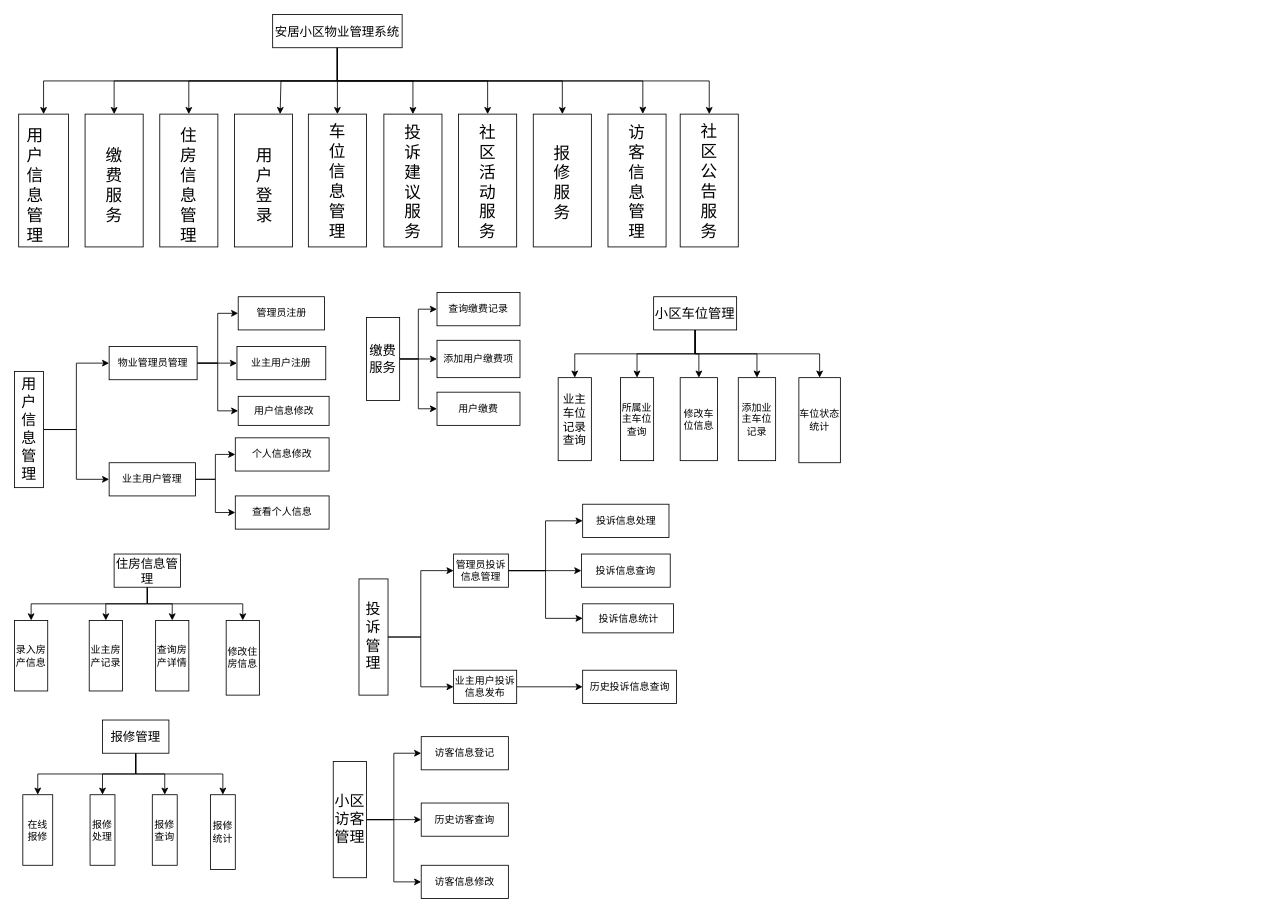
Above: page "第 3 页" (3 of 4) of projectfiles/uml/安居小区物业管理系统.drawio in KuChanMaster/PropertiesManager (draw.io), before the change. Source tidied: cells renumbered, new cells numbered last; positions are measured from the earlier drawing's top-left corner, leaving out a move shared by most shapes. Both pictures are drawn from the tidied source at 83%, with x=0, y=0 at pixel (14, 14).
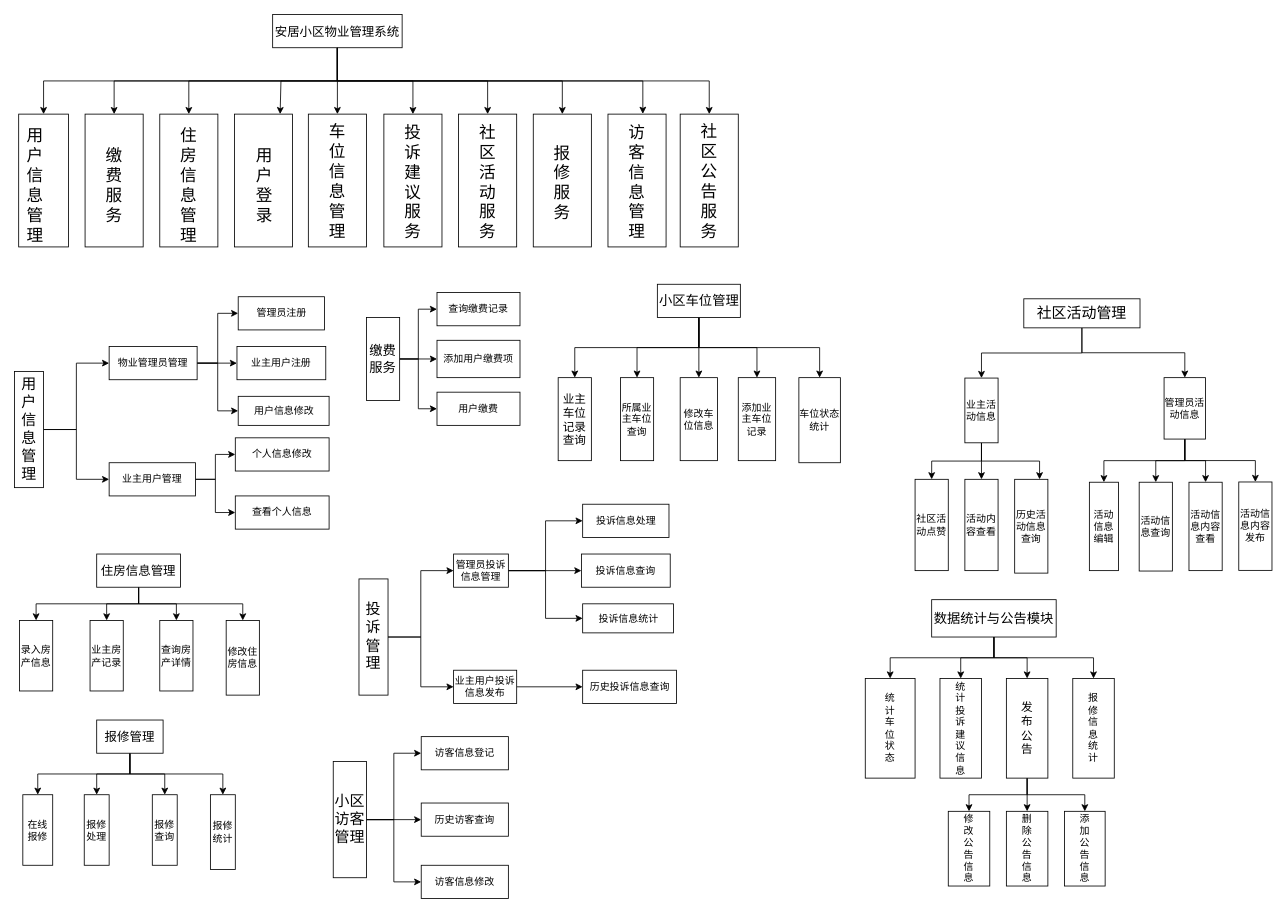
Above is the later version.

The edit, as a diff of the source:
```diff
@@
     <mxCell id="61" value="&lt;font style=&quot;font-size: 15px;&quot;&gt;住房信息管理&lt;/font&gt;" style="whiteSpace=wrap;html=1;rounded=0;direction=south;" parent="1" vertex="1">
-      <mxGeometry x="120" y="650" width="80" height="40" as="geometry" />
+      <mxGeometry x="99" y="650" width="101" height="40" as="geometry" />
     </mxCell>
     <mxCell id="62" value="录入房产信息" style="whiteSpace=wrap;html=1;rounded=0;direction=south;" parent="1" vertex="1">
-      <mxGeometry y="730" width="40" height="85" as="geometry" />
+      <mxGeometry x="6" y="730" width="40" height="85" as="geometry" />
     </mxCell>
     <mxCell id="63" value="查询房产详情" style="whiteSpace=wrap;html=1;rounded=0;direction=south;" parent="1" vertex="1">
-      <mxGeometry x="170" y="730" width="40" height="85" as="geometry" />
+      <mxGeometry x="175" y="730" width="40" height="85" as="geometry" />
     </mxCell>
@@
     <mxCell id="65" value="业主房产记录" style="rounded=0;whiteSpace=wrap;html=1;direction=south;" parent="1" vertex="1">
-      <mxGeometry x="90" y="730" width="40" height="85" as="geometry" />
+      <mxGeometry x="91" y="730" width="40" height="85" as="geometry" />
     </mxCell>
@@
     <mxCell id="70" value="&lt;span style=&quot;font-size: 15px;&quot;&gt;报修管理&lt;/span&gt;" style="whiteSpace=wrap;html=1;rounded=0;direction=south;" parent="1" vertex="1">
-      <mxGeometry x="106" y="850" width="80" height="40" as="geometry" />
+      <mxGeometry x="99" y="850" width="80" height="40" as="geometry" />
     </mxCell>
@@
     <mxCell id="74" value="报修处理" style="rounded=0;whiteSpace=wrap;html=1;direction=south;" parent="1" vertex="1">
-      <mxGeometry x="91" y="940" width="30" height="85" as="geometry" />
+      <mxGeometry x="84" y="940" width="30" height="85" as="geometry" />
     </mxCell>
@@
     <mxCell id="102" value="&lt;span style=&quot;font-size: 16px;&quot;&gt;小区车位管理&lt;/span&gt;" style="rounded=0;whiteSpace=wrap;html=1;direction=south;" parent="1" vertex="1">
-      <mxGeometry x="770" y="340" width="100" height="40" as="geometry" />
+      <mxGeometry x="774.5" y="325" width="100" height="40" as="geometry" />
     </mxCell>
@@
+    <mxCell id="108" style="edgeStyle=orthogonalEdgeStyle;rounded=0;jettySize=auto;html=1;exitX=1;exitY=0.5;exitDx=0;exitDy=0;entryX=0;entryY=0.5;entryDx=0;entryDy=0;" parent="1" edge="1" source="110" target="114">
+      <mxGeometry relative="1" as="geometry" />
+    </mxCell>
+    <mxCell id="109" style="edgeStyle=orthogonalEdgeStyle;rounded=0;jettySize=auto;html=1;exitX=1;exitY=0.5;exitDx=0;exitDy=0;entryX=0;entryY=0.5;entryDx=0;entryDy=0;" parent="1" edge="1" source="110" target="130">
+      <mxGeometry relative="1" as="geometry" />
+    </mxCell>
+    <mxCell id="110" value="&lt;span style=&quot;font-size: 18px;&quot;&gt;社区活动管理&lt;/span&gt;" style="rounded=0;whiteSpace=wrap;html=1;direction=south;" parent="1" vertex="1">
+      <mxGeometry x="1216" y="342.5" width="140" height="35" as="geometry" />
+    </mxCell>
+    <mxCell id="111" style="edgeStyle=orthogonalEdgeStyle;rounded=0;jettySize=auto;html=1;" parent="1" edge="1" source="114" target="123">
+      <mxGeometry relative="1" as="geometry" />
+    </mxCell>
+    <mxCell id="112" style="edgeStyle=orthogonalEdgeStyle;rounded=0;jettySize=auto;html=1;exitX=1;exitY=0.5;exitDx=0;exitDy=0;entryX=0;entryY=0.5;entryDx=0;entryDy=0;" parent="1" edge="1" source="114" target="122">
+      <mxGeometry relative="1" as="geometry" />
+    </mxCell>
+    <mxCell id="113" style="edgeStyle=orthogonalEdgeStyle;rounded=0;jettySize=auto;html=1;exitX=1;exitY=0.5;exitDx=0;exitDy=0;entryX=0;entryY=0.25;entryDx=0;entryDy=0;" parent="1" edge="1" source="114" target="125">
+      <mxGeometry relative="1" as="geometry" />
+    </mxCell>
+    <mxCell id="114" value="业主活动信息" style="rounded=0;whiteSpace=wrap;html=1;direction=south;" parent="1" vertex="1">
+      <mxGeometry x="1145" y="438" width="40" height="78" as="geometry" />
+    </mxCell>
+    <mxCell id="115" style="edgeStyle=orthogonalEdgeStyle;rounded=0;jettySize=auto;html=1;exitX=1;exitY=0.5;exitDx=0;exitDy=0;" parent="1" edge="1" source="119" target="136">
+      <mxGeometry relative="1" as="geometry" />
+    </mxCell>
+    <mxCell id="116" style="edgeStyle=orthogonalEdgeStyle;rounded=0;jettySize=auto;html=1;exitX=1;exitY=0.5;exitDx=0;exitDy=0;" parent="1" edge="1" source="119" target="137">
+      <mxGeometry relative="1" as="geometry" />
+    </mxCell>
+    <mxCell id="117" style="edgeStyle=orthogonalEdgeStyle;rounded=0;jettySize=auto;html=1;exitX=1;exitY=0.5;exitDx=0;exitDy=0;" parent="1" edge="1" source="119" target="138">
+      <mxGeometry relative="1" as="geometry" />
+    </mxCell>
+    <mxCell id="118" style="edgeStyle=orthogonalEdgeStyle;rounded=0;jettySize=auto;html=1;exitX=1;exitY=0.5;exitDx=0;exitDy=0;entryX=0.5;entryY=0;entryDx=0;entryDy=0;" parent="1" edge="1" source="119" target="132">
+      <mxGeometry relative="1" as="geometry" />
+    </mxCell>
+    <mxCell id="119" value="&lt;p class=&quot;MsoNormal&quot;&gt;&lt;span style=&quot;font-family: 宋体;&quot;&gt;&lt;font style=&quot;font-size: 16px;&quot;&gt;数据统计与公告模块&lt;/font&gt;&lt;/span&gt;&lt;/p&gt;" style="whiteSpace=wrap;html=1;direction=south;" parent="1" vertex="1">
+      <mxGeometry x="1105" y="705" width="150" height="45" as="geometry" />
+    </mxCell>
+    <mxCell id="120" value="活动信息查询" style="rounded=0;whiteSpace=wrap;html=1;direction=south;" parent="1" vertex="1">
+      <mxGeometry x="1355" y="563.5" width="40" height="107" as="geometry" />
+    </mxCell>
+    <mxCell id="121" value="活动信息编辑" style="rounded=0;whiteSpace=wrap;html=1;direction=south;" parent="1" vertex="1">
+      <mxGeometry x="1295" y="563.5" width="35" height="106.5" as="geometry" />
+    </mxCell>
+    <mxCell id="122" value="社区活动点赞" style="rounded=0;whiteSpace=wrap;html=1;direction=south;" parent="1" vertex="1">
+      <mxGeometry x="1085" y="560" width="40" height="110" as="geometry" />
+    </mxCell>
+    <mxCell id="123" value="活动内容查看" style="rounded=0;whiteSpace=wrap;html=1;direction=south;" parent="1" vertex="1">
+      <mxGeometry x="1145" y="560" width="40" height="110" as="geometry" />
+    </mxCell>
+    <mxCell id="124" value="活动信息内容查看" style="rounded=0;whiteSpace=wrap;html=1;direction=south;" parent="1" vertex="1">
+      <mxGeometry x="1415" y="563.5" width="40" height="106.5" as="geometry" />
+    </mxCell>
@@
+    <mxCell id="125" value="历史活动信息查询" style="rounded=0;whiteSpace=wrap;html=1;direction=south;" parent="1" vertex="1">
+      <mxGeometry x="1205" y="560" width="40" height="113" as="geometry" />
+    </mxCell>
+    <mxCell id="126" style="edgeStyle=orthogonalEdgeStyle;rounded=0;jettySize=auto;html=1;exitX=1;exitY=0.5;exitDx=0;exitDy=0;entryX=0;entryY=0.5;entryDx=0;entryDy=0;" parent="1" edge="1" source="130" target="121">
+      <mxGeometry relative="1" as="geometry" />
+    </mxCell>
+    <mxCell id="127" style="edgeStyle=orthogonalEdgeStyle;rounded=0;jettySize=auto;html=1;exitX=1;exitY=0.5;exitDx=0;exitDy=0;entryX=0;entryY=0.5;entryDx=0;entryDy=0;" parent="1" edge="1" source="130" target="120">
+      <mxGeometry relative="1" as="geometry" />
+    </mxCell>
+    <mxCell id="128" style="edgeStyle=orthogonalEdgeStyle;rounded=0;jettySize=auto;html=1;exitX=1;exitY=0.5;exitDx=0;exitDy=0;entryX=0;entryY=0.5;entryDx=0;entryDy=0;" parent="1" edge="1" source="130" target="124">
+      <mxGeometry relative="1" as="geometry" />
+    </mxCell>
+    <mxCell id="129" style="edgeStyle=orthogonalEdgeStyle;rounded=0;jettySize=auto;html=1;exitX=1;exitY=0.5;exitDx=0;exitDy=0;entryX=0;entryY=0.5;entryDx=0;entryDy=0;" parent="1" edge="1" source="130" target="131">
+      <mxGeometry relative="1" as="geometry" />
+    </mxCell>
+    <mxCell id="130" value="管理员活动信息" style="rounded=0;whiteSpace=wrap;html=1;direction=south;" parent="1" vertex="1">
+      <mxGeometry x="1385" y="437.5" width="50" height="74" as="geometry" />
+    </mxCell>
+    <mxCell id="131" value="活动信息内容发布" style="rounded=0;whiteSpace=wrap;html=1;direction=south;" parent="1" vertex="1">
+      <mxGeometry x="1475" y="563.2" width="40" height="106.5" as="geometry" />
+    </mxCell>
+    <mxCell id="132" value="统&lt;div&gt;计&lt;/div&gt;&lt;div&gt;车&lt;/div&gt;&lt;div&gt;位&lt;/div&gt;&lt;div&gt;&lt;span style=&quot;background-color: transparent; color: light-dark(rgb(0, 0, 0), rgb(255, 255, 255));&quot;&gt;状&lt;/span&gt;&lt;/div&gt;&lt;div&gt;&lt;span style=&quot;background-color: transparent; color: light-dark(rgb(0, 0, 0), rgb(255, 255, 255));&quot;&gt;态&lt;/span&gt;&lt;/div&gt;" style="rounded=0;whiteSpace=wrap;html=1;" parent="1" vertex="1">
+      <mxGeometry x="1025" y="800" width="60" height="120" as="geometry" />
+    </mxCell>
+    <mxCell id="133" style="edgeStyle=orthogonalEdgeStyle;rounded=0;jettySize=auto;html=1;exitX=0.5;exitY=1;exitDx=0;exitDy=0;" parent="1" edge="1" source="136" target="139">
+      <mxGeometry relative="1" as="geometry" />
+    </mxCell>
+    <mxCell id="134" style="edgeStyle=orthogonalEdgeStyle;rounded=0;jettySize=auto;html=1;exitX=0.5;exitY=1;exitDx=0;exitDy=0;entryX=0.5;entryY=0;entryDx=0;entryDy=0;" parent="1" edge="1" source="136" target="140">
+      <mxGeometry relative="1" as="geometry" />
+    </mxCell>
+    <mxCell id="135" style="edgeStyle=orthogonalEdgeStyle;rounded=0;jettySize=auto;html=1;exitX=0.5;exitY=1;exitDx=0;exitDy=0;entryX=0.5;entryY=0;entryDx=0;entryDy=0;" parent="1" edge="1" source="136" target="141">
+      <mxGeometry relative="1" as="geometry" />
+    </mxCell>
+    <mxCell id="136" value="&lt;font style=&quot;font-size: 14px;&quot;&gt;发&lt;/font&gt;&lt;div&gt;&lt;font style=&quot;font-size: 14px;&quot;&gt;布&lt;/font&gt;&lt;/div&gt;&lt;div&gt;&lt;font style=&quot;font-size: 14px;&quot;&gt;公&lt;/font&gt;&lt;/div&gt;&lt;div&gt;&lt;font style=&quot;font-size: 14px;&quot;&gt;告&lt;/font&gt;&lt;/div&gt;" style="rounded=0;whiteSpace=wrap;html=1;" parent="1" vertex="1">
+      <mxGeometry x="1195" y="800" width="50" height="120" as="geometry" />
+    </mxCell>
+    <mxCell id="137" value="统&lt;div&gt;计&lt;/div&gt;&lt;div&gt;投&lt;/div&gt;&lt;div&gt;诉&lt;/div&gt;&lt;div&gt;建&lt;/div&gt;&lt;div&gt;议&lt;/div&gt;&lt;div&gt;信&lt;/div&gt;&lt;div&gt;息&lt;/div&gt;" style="rounded=0;whiteSpace=wrap;html=1;" parent="1" vertex="1">
+      <mxGeometry x="1115" y="800" width="50" height="120" as="geometry" />
+    </mxCell>
+    <mxCell id="138" value="报&lt;div&gt;修&lt;/div&gt;&lt;div&gt;信&lt;/div&gt;&lt;div&gt;息&lt;/div&gt;&lt;div&gt;统&lt;br&gt;计&lt;/div&gt;" style="rounded=0;whiteSpace=wrap;html=1;" parent="1" vertex="1">
+      <mxGeometry x="1275" y="800" width="50" height="120" as="geometry" />
+    </mxCell>
+    <mxCell id="139" value="修&lt;div&gt;改&lt;/div&gt;&lt;div&gt;公&lt;/div&gt;&lt;div&gt;告&lt;/div&gt;&lt;div&gt;信&lt;/div&gt;&lt;div&gt;息&lt;/div&gt;" style="rounded=0;whiteSpace=wrap;html=1;" parent="1" vertex="1">
+      <mxGeometry x="1125" y="960" width="50" height="90" as="geometry" />
+    </mxCell>
+    <mxCell id="140" value="添&lt;div&gt;加&lt;/div&gt;&lt;div&gt;公&lt;/div&gt;&lt;div&gt;告&lt;/div&gt;&lt;div&gt;信&lt;/div&gt;&lt;div&gt;息&lt;/div&gt;" style="rounded=0;whiteSpace=wrap;html=1;" parent="1" vertex="1">
+      <mxGeometry x="1265" y="960" width="49" height="90" as="geometry" />
+    </mxCell>
+    <mxCell id="141" value="删&lt;div&gt;除&lt;/div&gt;&lt;div&gt;公&lt;/div&gt;&lt;div&gt;告&lt;/div&gt;&lt;div&gt;信&lt;/div&gt;&lt;div&gt;息&lt;/div&gt;" style="rounded=0;whiteSpace=wrap;html=1;" parent="1" vertex="1">
+      <mxGeometry x="1195" y="960" width="50" height="90" as="geometry" />
+    </mxCell>
```
